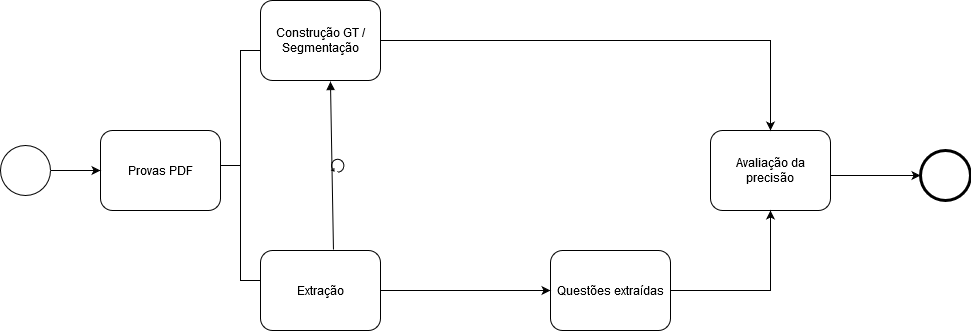
Before: Untitled Diagram.png, a diagram exported from draw.io (karinawie/process-diagram). Source tidied: cells renumbered, new cells last; positions are measured from the earlier drawing's top-left corner, leaving out a move shared by most shapes.
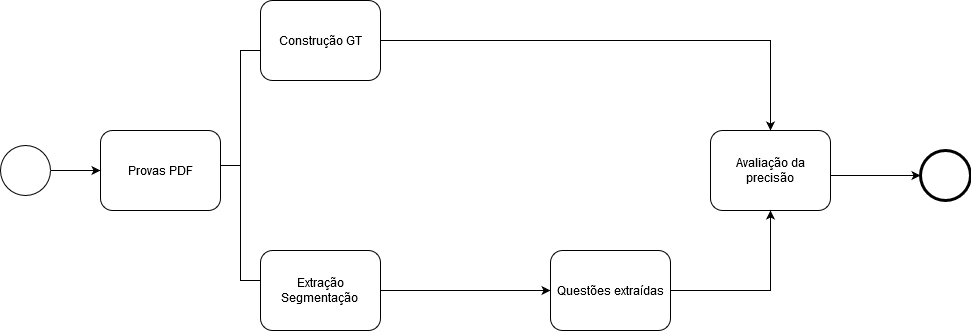
After the commit.

What changed in the source:
```diff
@@ -35,10 +35,10 @@
     <mxCell id="10" style="edgeStyle=orthogonalEdgeStyle;rounded=0;jettySize=auto;html=1;exitX=1;exitY=0.5;exitDx=0;exitDy=0;entryX=0.5;entryY=0;entryDx=0;entryDy=0;" parent="1" edge="1" source="11" target="4">
       <mxGeometry relative="1" as="geometry" />
     </mxCell>
-    <mxCell id="11" value="Construção GT / Segmentação" style="html=1;whiteSpace=wrap;rounded=1;" parent="1" vertex="1">
+    <mxCell id="11" value="Construção GT " style="html=1;whiteSpace=wrap;rounded=1;" parent="1" vertex="1">
       <mxGeometry x="260" width="120" height="80" as="geometry" />
     </mxCell>
-    <mxCell id="12" value="&lt;div&gt;Extração&lt;/div&gt;" style="shape=ext;rounded=1;html=1;whiteSpace=wrap;" parent="1" vertex="1">
+    <mxCell id="12" value="&lt;div&gt;Extração Segmentação&lt;br&gt;&lt;/div&gt;" style="shape=ext;rounded=1;html=1;whiteSpace=wrap;" parent="1" vertex="1">
       <mxGeometry x="260" y="250" width="120" height="80" as="geometry" />
     </mxCell>
     <mxCell id="13" style="edgeStyle=orthogonalEdgeStyle;rounded=0;html=1;jettySize=auto;entryX=0;entryY=0.5;entryDx=0;entryDy=0;" parent="1" edge="1" target="9">
@@ -49,11 +49,5 @@
     <mxCell id="14" style="html=1;shape=mxgraph.flowchart.annotation_2;align=left;labelPosition=right;" parent="1" vertex="1">
       <mxGeometry x="220" y="50" width="40" height="230" as="geometry" />
     </mxCell>
-    <mxCell id="15" style="shape=mxgraph.bpmn.loop;html=1;" parent="1" vertex="1">
-      <mxGeometry x="330" y="158" width="14" height="14" as="geometry" />
-    </mxCell>
-    <mxCell id="16" style="endArrow=block;endFill=1;endSize=6;html=1;entryX=0.583;entryY=1.013;entryDx=0;entryDy=0;entryPerimeter=0;exitX=0.608;exitY=-0.012;exitDx=0;exitDy=0;exitPerimeter=0;" parent="1" edge="1" source="12" target="11">
-      <mxGeometry relative="1" as="geometry" />
-    </mxCell>
   </root>
 </mxGraphModel>
```
